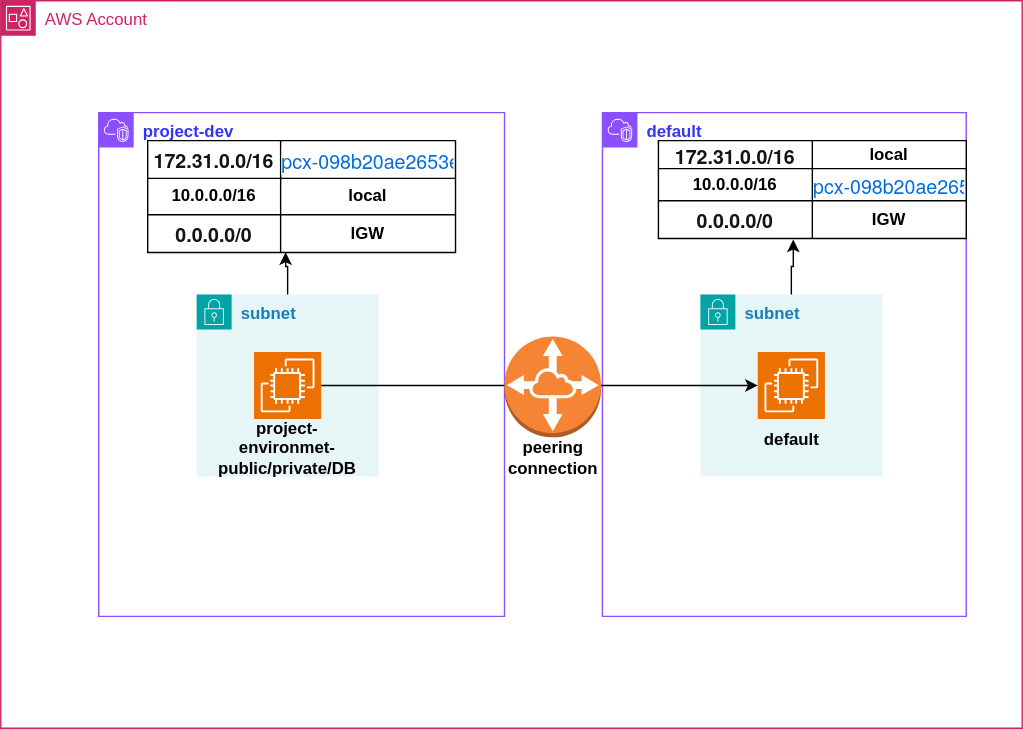
prudhvisaikoppaka/terraform-aws-vpc keeps this draw.io diagram as routes.drawio.svg. Above is the earlier version. Source tidied: cells renumbered, new cells last; positions are measured from the earlier drawing's top-left corner, leaving out a move shared by most shapes.
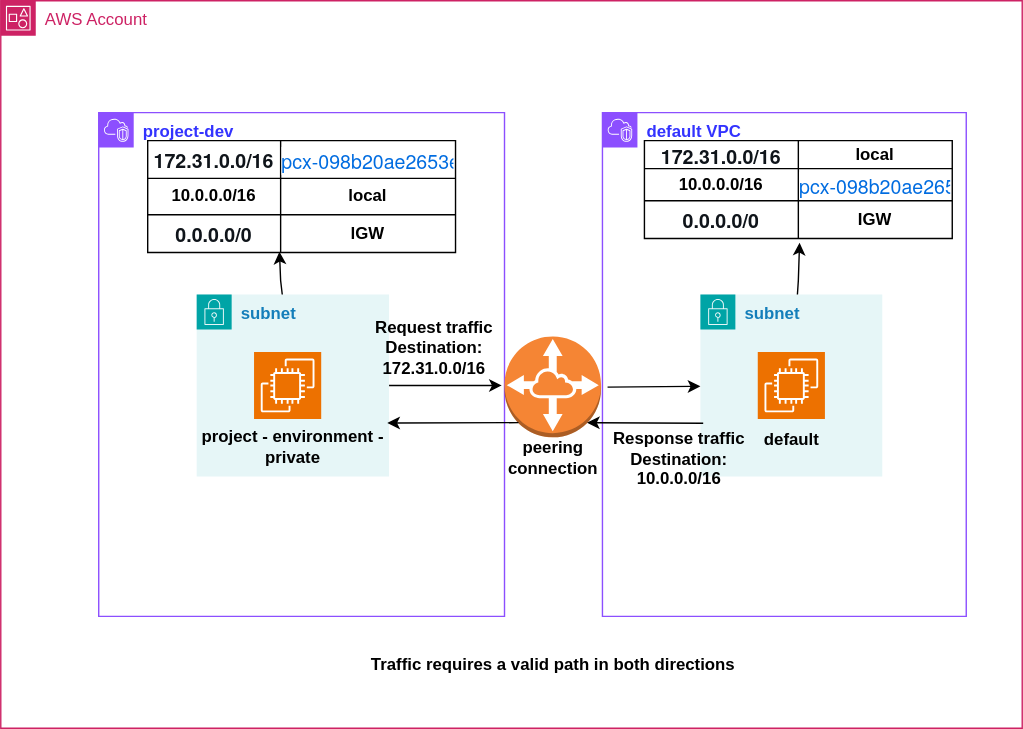
The same diagram one commit later.

Change to the diagram source:
```diff
@@ -9,11 +9,14 @@
       <mxGeometry x="70" y="80" width="290" height="360" as="geometry" />
     </mxCell>
     <mxCell id="4" value="&lt;b&gt;subnet&lt;/b&gt;" style="points=[[0,0],[0.25,0],[0.5,0],[0.75,0],[1,0],[1,0.25],[1,0.5],[1,0.75],[1,1],[0.75,1],[0.5,1],[0.25,1],[0,1],[0,0.75],[0,0.5],[0,0.25]];outlineConnect=0;gradientColor=none;html=1;whiteSpace=wrap;fontSize=12;fontStyle=0;shape=mxgraph.aws4.group;grIcon=mxgraph.aws4.group_security_group;grStroke=0;strokeColor=#00A4A6;fillColor=#E6F6F7;verticalAlign=top;align=left;spacingLeft=30;fontColor=#147EBA;dashed=0;" parent="3" vertex="1">
-      <mxGeometry x="70" y="130" width="130" height="130" as="geometry" />
+      <mxGeometry x="70" y="130" width="137.5" height="130" as="geometry" />
     </mxCell>
     <mxCell id="5" style="sketch=0;points=[[0,0,0],[0.25,0,0],[0.5,0,0],[0.75,0,0],[1,0,0],[0,1,0],[0.25,1,0],[0.5,1,0],[0.75,1,0],[1,1,0],[0,0.25,0],[0,0.5,0],[0,0.75,0],[1,0.25,0],[1,0.5,0],[1,0.75,0]];outlineConnect=0;fontColor=#232F3E;fillColor=#ED7100;strokeColor=#ffffff;dashed=0;verticalLabelPosition=bottom;verticalAlign=top;align=center;html=1;fontSize=12;fontStyle=0;shape=mxgraph.aws4.resourceIcon;resIcon=mxgraph.aws4.ec2;" parent="4" vertex="1">
       <mxGeometry x="41" y="41" width="48" height="48" as="geometry" />
     </mxCell>
+    <mxCell id="36" value="&lt;b&gt;project - environment - private&lt;/b&gt;" style="text;html=1;whiteSpace=wrap;strokeColor=none;fillColor=none;align=center;verticalAlign=middle;rounded=0;" parent="4" vertex="1">
+      <mxGeometry y="89" width="137.5" height="40" as="geometry" />
+    </mxCell>
     <mxCell id="6" style="shape=table;startSize=0;" parent="3" vertex="1">
       <mxGeometry x="35" y="20" width="220" height="80" as="geometry" />
     </mxCell>
@@ -44,10 +47,22 @@
     <mxCell id="15" value="&lt;b&gt;IGW&lt;/b&gt;" style="shape=partialRectangle;html=1;whiteSpace=wrap;strokeColor=inherit;overflow=hidden;fillColor=none;top=0;left=0;bottom=0;right=0;" parent="13" vertex="1">
       <mxGeometry x="95" width="125" height="27" as="geometry" />
     </mxCell>
+    <mxCell id="37" style="endArrow=classic;html=1;rounded=0;exitX=1;exitY=0.5;exitDx=0;exitDy=0;" parent="3" edge="1" source="4">
+      <mxGeometry relative="1" as="geometry">
+        <mxPoint x="288" y="195" as="targetPoint" />
+      </mxGeometry>
+    </mxCell>
-    <mxCell id="16" style="edgeStyle=orthogonalEdgeStyle;rounded=0;jettySize=auto;html=1;entryX=0.448;entryY=0.994;entryDx=0;entryDy=0;entryPerimeter=0;" parent="3" edge="1" source="4" target="13">
-      <mxGeometry relative="1" as="geometry" />
+    <mxCell id="16" style="endArrow=classic;html=1;rounded=0;entryX=0.428;entryY=0.978;entryDx=0;entryDy=0;entryPerimeter=0;" parent="3" edge="1" source="4" target="13">
+      <mxGeometry relative="1" as="geometry">
+        <Array as="points">
+          <mxPoint x="130" y="120" />
+        </Array>
+      </mxGeometry>
     </mxCell>
+    <mxCell id="38" value="&lt;b&gt;Request traffic&lt;/b&gt;&lt;div&gt;&lt;b&gt;Destination: 172.31.0.0/16&lt;br&gt;&lt;br&gt;&lt;/b&gt;&lt;/div&gt;" style="text;html=1;whiteSpace=wrap;strokeColor=none;fillColor=none;align=center;verticalAlign=middle;rounded=0;" parent="3" vertex="1">
+      <mxGeometry x="190" y="160" width="100" height="30" as="geometry" />
+    </mxCell>
-    <mxCell id="17" value="&lt;font style=&quot;color: rgb(51, 51, 255);&quot;&gt;&lt;b style=&quot;&quot;&gt;default&lt;/b&gt;&lt;/font&gt;" style="points=[[0,0],[0.25,0],[0.5,0],[0.75,0],[1,0],[1,0.25],[1,0.5],[1,0.75],[1,1],[0.75,1],[0.5,1],[0.25,1],[0,1],[0,0.75],[0,0.5],[0,0.25]];outlineConnect=0;gradientColor=none;html=1;whiteSpace=wrap;fontSize=12;fontStyle=0;shape=mxgraph.aws4.group;grIcon=mxgraph.aws4.group_vpc2;strokeColor=#8C4FFF;fillColor=none;verticalAlign=top;align=left;spacingLeft=30;fontColor=#AAB7B8;dashed=0;" parent="2" vertex="1">
+    <mxCell id="17" value="&lt;font style=&quot;color: rgb(51, 51, 255);&quot;&gt;&lt;b style=&quot;&quot;&gt;default VPC&lt;/b&gt;&lt;/font&gt;" style="points=[[0,0],[0.25,0],[0.5,0],[0.75,0],[1,0],[1,0.25],[1,0.5],[1,0.75],[1,1],[0.75,1],[0.5,1],[0.25,1],[0,1],[0,0.75],[0,0.5],[0,0.25]];outlineConnect=0;gradientColor=none;html=1;whiteSpace=wrap;fontSize=12;fontStyle=0;shape=mxgraph.aws4.group;grIcon=mxgraph.aws4.group_vpc2;strokeColor=#8C4FFF;fillColor=none;verticalAlign=top;align=left;spacingLeft=30;fontColor=#AAB7B8;dashed=0;" parent="2" vertex="1">
       <mxGeometry x="430" y="80" width="260" height="360" as="geometry" />
     </mxCell>
     <mxCell id="18" value="&lt;b&gt;subnet&lt;/b&gt;" style="points=[[0,0],[0.25,0],[0.5,0],[0.75,0],[1,0],[1,0.25],[1,0.5],[1,0.75],[1,1],[0.75,1],[0.5,1],[0.25,1],[0,1],[0,0.75],[0,0.5],[0,0.25]];outlineConnect=0;gradientColor=none;html=1;whiteSpace=wrap;fontSize=12;fontStyle=0;shape=mxgraph.aws4.group;grIcon=mxgraph.aws4.group_security_group;grStroke=0;strokeColor=#00A4A6;fillColor=#E6F6F7;verticalAlign=top;align=left;spacingLeft=30;fontColor=#147EBA;dashed=0;" parent="17" vertex="1">
@@ -60,7 +75,7 @@
       <mxGeometry x="35" y="89" width="60" height="30" as="geometry" />
     </mxCell>
     <mxCell id="21" style="shape=table;startSize=0;" parent="17" vertex="1">
-      <mxGeometry x="40" y="20" width="220" height="70" as="geometry" />
+      <mxGeometry x="30" y="20" width="220" height="70" as="geometry" />
     </mxCell>
     <mxCell id="22" style="shape=tableRow;horizontal=0;startSize=0;swimlaneHead=0;swimlaneBody=0;strokeColor=inherit;top=0;left=0;bottom=0;right=0;fillColor=none;" parent="21" vertex="1">
       <mxGeometry width="220" height="20" as="geometry" />
@@ -89,20 +104,35 @@
     <mxCell id="30" value="&lt;b&gt;IGW&lt;/b&gt;" style="shape=partialRectangle;html=1;whiteSpace=wrap;strokeColor=inherit;overflow=hidden;fillColor=none;top=0;left=0;bottom=0;right=0;" parent="28" vertex="1">
       <mxGeometry x="110" width="110" height="27" as="geometry" />
     </mxCell>
+    <mxCell id="39" style="endArrow=classic;html=1;rounded=0;exitX=0.014;exitY=0.545;exitDx=0;exitDy=0;exitPerimeter=0;" parent="17" edge="1" source="17" target="18">
+      <mxGeometry relative="1" as="geometry" />
+    </mxCell>
-    <mxCell id="31" style="edgeStyle=orthogonalEdgeStyle;rounded=0;jettySize=auto;html=1;entryX=0.438;entryY=1.027;entryDx=0;entryDy=0;entryPerimeter=0;" parent="17" edge="1" source="18" target="28">
-      <mxGeometry relative="1" as="geometry" />
+    <mxCell id="31" style="endArrow=classic;html=1;rounded=0;entryX=0.504;entryY=1.111;entryDx=0;entryDy=0;entryPerimeter=0;" parent="17" edge="1" source="18" target="28">
+      <mxGeometry relative="1" as="geometry">
+        <Array as="points">
+          <mxPoint x="140" y="120" />
+        </Array>
+      </mxGeometry>
     </mxCell>
-    <mxCell id="32" style="edgeStyle=orthogonalEdgeStyle;rounded=0;jettySize=auto;html=1;" parent="2" edge="1" source="5" target="19">
-      <mxGeometry relative="1" as="geometry" />
-    </mxCell>
+    <mxCell id="40" value="&lt;b&gt;&lt;br&gt;Response traffic&lt;br&gt;Destination: 10.0.0.0/16&lt;/b&gt;" style="text;html=1;whiteSpace=wrap;strokeColor=none;fillColor=none;align=center;verticalAlign=middle;rounded=0;" parent="17" vertex="1">
+      <mxGeometry y="210" width="110" height="60" as="geometry" />
+    </mxCell>
     <mxCell id="33" style="outlineConnect=0;dashed=0;verticalLabelPosition=bottom;verticalAlign=top;align=center;html=1;shape=mxgraph.aws3.vpc_peering;fillColor=#F58534;gradientColor=none;" parent="2" vertex="1">
       <mxGeometry x="360" y="240" width="69" height="72" as="geometry" />
     </mxCell>
     <mxCell id="34" value="&lt;b&gt;peering connection&lt;/b&gt;" style="text;html=1;whiteSpace=wrap;strokeColor=none;fillColor=none;align=center;verticalAlign=middle;rounded=0;" parent="2" vertex="1">
       <mxGeometry x="364.5" y="312" width="60" height="30" as="geometry" />
     </mxCell>
-    <mxCell id="35" value="&lt;b&gt;project-environmet-public/private/DB&lt;/b&gt;" style="text;html=1;whiteSpace=wrap;strokeColor=none;fillColor=none;align=center;verticalAlign=middle;rounded=0;" parent="1" vertex="1">
-      <mxGeometry x="190" y="310" width="30" height="20" as="geometry" />
-    </mxCell>
+    <mxCell id="41" style="endArrow=classic;html=1;rounded=0;entryX=0.855;entryY=0.855;entryDx=0;entryDy=0;entryPerimeter=0;" parent="2" edge="1" target="33">
+      <mxGeometry relative="1" as="geometry">
+        <mxPoint x="502" y="302" as="sourcePoint" />
+      </mxGeometry>
+    </mxCell>
+    <mxCell id="42" style="endArrow=classic;html=1;rounded=0;exitX=0.145;exitY=0.855;exitDx=0;exitDy=0;exitPerimeter=0;entryX=0.991;entryY=0.706;entryDx=0;entryDy=0;entryPerimeter=0;" parent="2" edge="1" source="33" target="4">
+      <mxGeometry relative="1" as="geometry" />
+    </mxCell>
+    <mxCell id="43" value="&lt;b&gt;Traffic requires a valid path in both directions&lt;/b&gt;" style="text;html=1;whiteSpace=wrap;strokeColor=none;fillColor=none;align=center;verticalAlign=middle;rounded=0;" parent="2" vertex="1">
+      <mxGeometry x="194.5" y="460" width="400" height="30" as="geometry" />
+    </mxCell>
   </root>
 </mxGraphModel>
```
